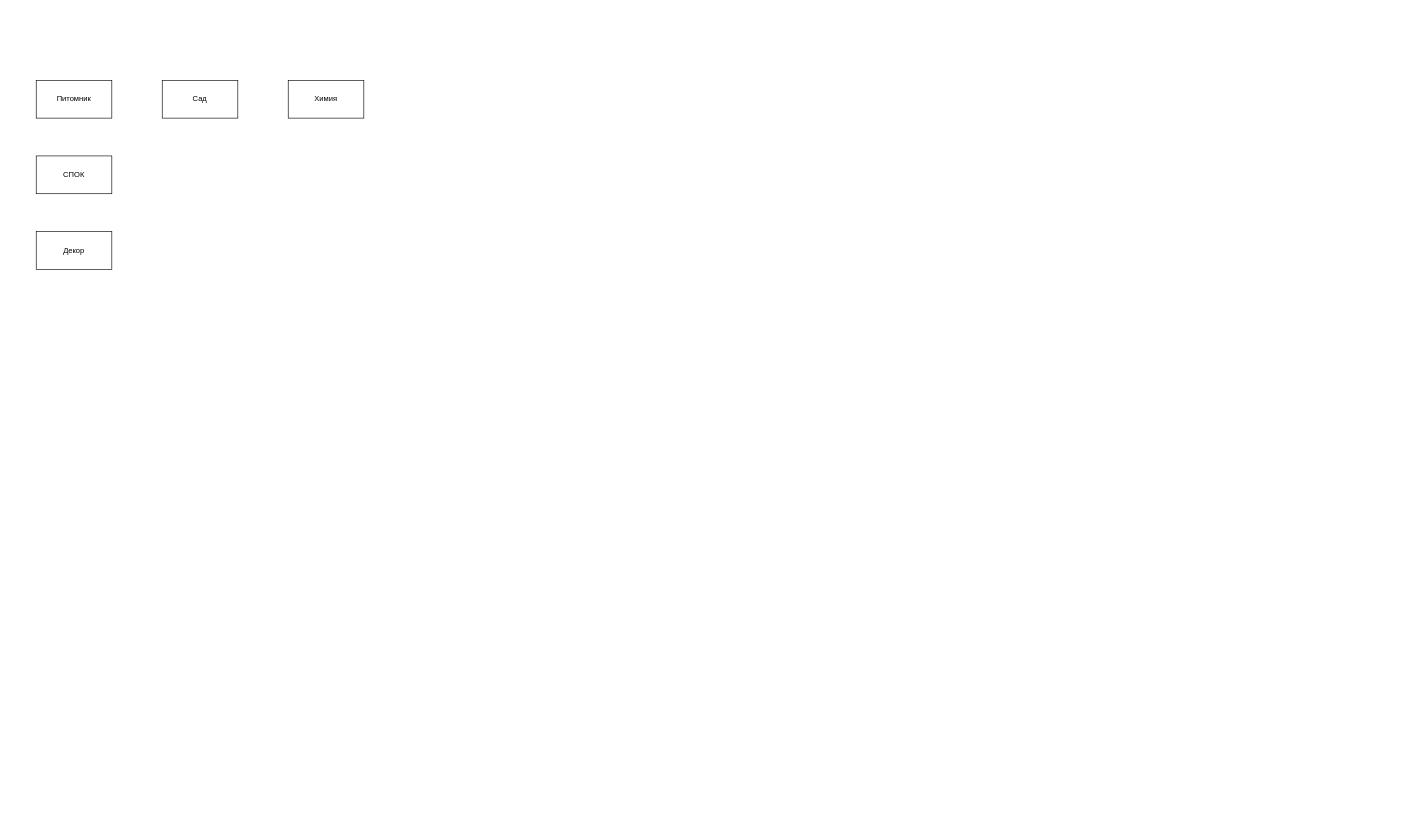
The draw.io diagram SadStroy+.drawio in SalavatovNabiulla/SalavatovNabiulla, before the edit. Source tidied: cells renumbered, new cells numbered last; positions are measured from the earlier drawing's top-left corner, leaving out a move shared by most shapes. Both pictures are drawn from the tidied source at 63%, with x=0, y=0 at pixel (36, 80).
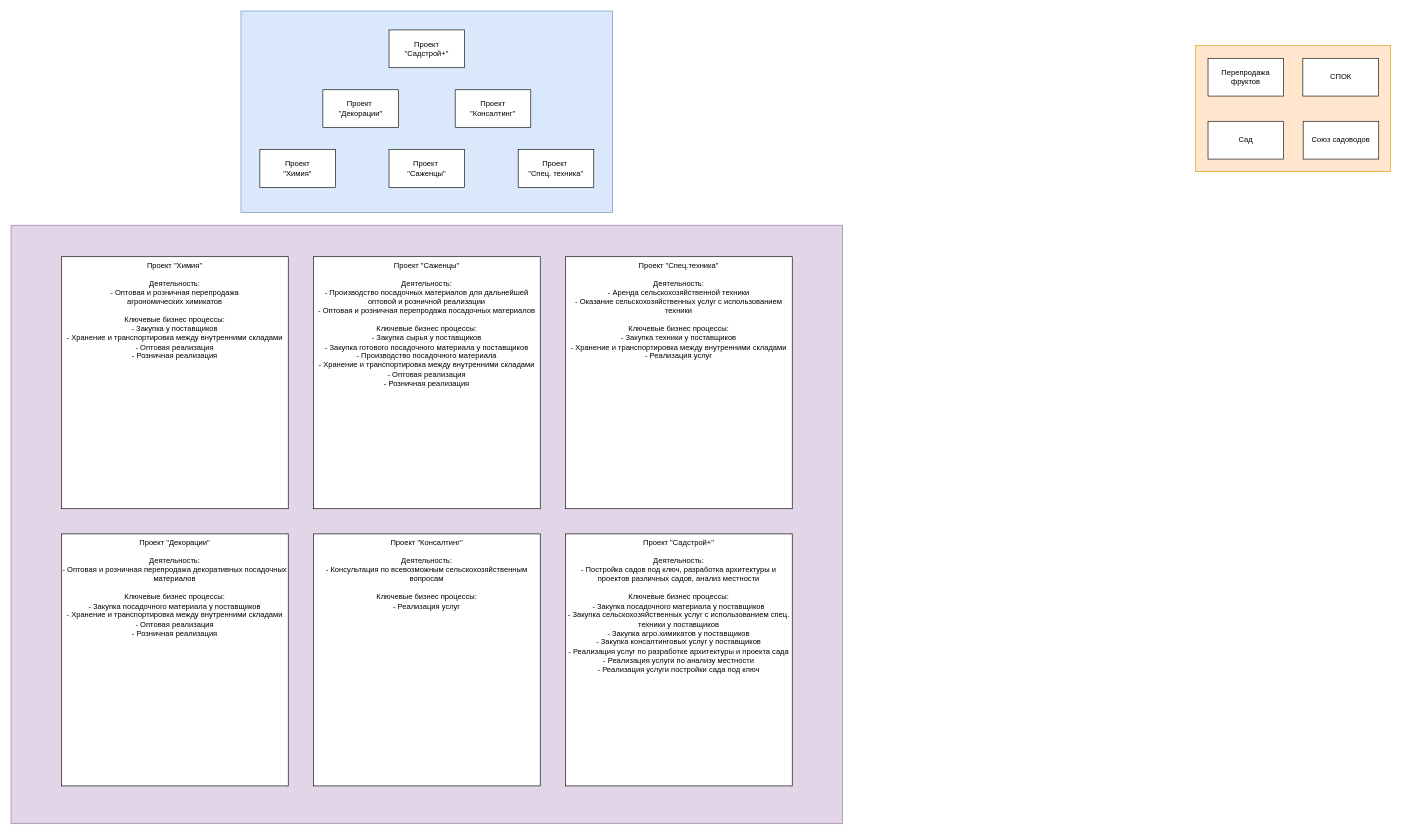
The same page after the edit.

Change to the diagram source:
```diff
@@
+    <mxCell id="7" style="rounded=0;whiteSpace=wrap;html=1;fillColor=#e1d5e7;strokeColor=#9673a6;" parent="1" vertex="1">
+      <mxGeometry x="-40" y="230" width="1320" height="950" as="geometry" />
+    </mxCell>
+    <mxCell id="8" style="rounded=0;whiteSpace=wrap;html=1;fillColor=#ffe6cc;strokeColor=#d79b00;" parent="1" vertex="1">
+      <mxGeometry x="1840" y="-55" width="310" height="200" as="geometry" />
+    </mxCell>
+    <mxCell id="9" style="rounded=0;whiteSpace=wrap;html=1;fillColor=#dae8fc;strokeColor=#6c8ebf;" parent="1" vertex="1">
+      <mxGeometry x="325" y="-110" width="590" height="320" as="geometry" />
+    </mxCell>
-    <mxCell id="2" value="Питомник" style="rounded=0;whiteSpace=wrap;html=1;" parent="1" vertex="1">
-      <mxGeometry width="120" height="60" as="geometry" />
+    <mxCell id="2" value="&lt;div&gt;Проект&amp;nbsp;&lt;/div&gt;&lt;div&gt;&quot;Саженцы&quot;&lt;/div&gt;" style="rounded=0;whiteSpace=wrap;html=1;" parent="1" vertex="1">
+      <mxGeometry x="560" y="110" width="120" height="60" as="geometry" />
     </mxCell>
     <mxCell id="3" value="Сад" style="rounded=0;whiteSpace=wrap;html=1;" parent="1" vertex="1">
-      <mxGeometry x="200" width="120" height="60" as="geometry" />
+      <mxGeometry x="1860" y="65" width="120" height="60" as="geometry" />
     </mxCell>
-    <mxCell id="4" value="Химия" style="rounded=0;whiteSpace=wrap;html=1;" parent="1" vertex="1">
-      <mxGeometry x="400" width="120" height="60" as="geometry" />
+    <mxCell id="4" value="&lt;div&gt;Проект&lt;/div&gt;&lt;div&gt;&quot;Химия&quot;&lt;/div&gt;" style="rounded=0;whiteSpace=wrap;html=1;" parent="1" vertex="1">
+      <mxGeometry x="355" y="110" width="120" height="60" as="geometry" />
     </mxCell>
     <mxCell id="5" value="СПОК" style="rounded=0;whiteSpace=wrap;html=1;" parent="1" vertex="1">
-      <mxGeometry y="120" width="120" height="60" as="geometry" />
+      <mxGeometry x="2010.5" y="-35" width="120" height="60" as="geometry" />
     </mxCell>
-    <mxCell id="6" value="Декор" style="rounded=0;whiteSpace=wrap;html=1;" parent="1" vertex="1">
-      <mxGeometry y="240" width="120" height="60" as="geometry" />
+    <mxCell id="6" value="&lt;div&gt;Проект&amp;nbsp;&lt;/div&gt;&lt;div&gt;&quot;Декорации&quot;&lt;/div&gt;" style="rounded=0;whiteSpace=wrap;html=1;" parent="1" vertex="1">
+      <mxGeometry x="455" y="15" width="120" height="60" as="geometry" />
     </mxCell>
+    <mxCell id="10" value="&lt;div&gt;Проект&lt;/div&gt;&lt;div&gt;&quot;Консалтинг&quot;&lt;/div&gt;" style="rounded=0;whiteSpace=wrap;html=1;" parent="1" vertex="1">
+      <mxGeometry x="665" y="15" width="120" height="60" as="geometry" />
+    </mxCell>
+    <mxCell id="11" value="&lt;div&gt;Проект&amp;nbsp;&lt;/div&gt;&lt;div&gt;&quot;Спец. техника&quot;&lt;/div&gt;" style="rounded=0;whiteSpace=wrap;html=1;" parent="1" vertex="1">
+      <mxGeometry x="765" y="110" width="120" height="60" as="geometry" />
+    </mxCell>
+    <mxCell id="12" value="Союз садоводов" style="rounded=0;whiteSpace=wrap;html=1;" parent="1" vertex="1">
+      <mxGeometry x="2011" y="65" width="120" height="60" as="geometry" />
+    </mxCell>
+    <mxCell id="13" value="Перепродажа фруктов" style="rounded=0;whiteSpace=wrap;html=1;" parent="1" vertex="1">
+      <mxGeometry x="1860" y="-35" width="120" height="60" as="geometry" />
+    </mxCell>
+    <mxCell id="14" value="&lt;div&gt;Проект&lt;/div&gt;&lt;div&gt;&quot;Садстрой+&quot;&lt;/div&gt;" style="rounded=0;whiteSpace=wrap;html=1;" parent="1" vertex="1">
+      <mxGeometry x="560" y="-80" width="120" height="60" as="geometry" />
+    </mxCell>
+    <mxCell id="15" value="&lt;div&gt;Проект &quot;Химия&quot;&lt;/div&gt;&lt;div&gt;&lt;br&gt;&lt;/div&gt;&lt;div&gt;Деятельность:&lt;/div&gt;&lt;div&gt;- Оптовая и розничная перепродажа&lt;/div&gt;&lt;div&gt;агрономических химикатов&lt;/div&gt;&lt;div&gt;&lt;br&gt;&lt;/div&gt;&lt;div&gt;Ключевые бизнес процессы:&lt;/div&gt;&lt;div&gt;- Закупка у поставщиков&lt;/div&gt;&lt;div&gt;- Хранение и транспортировка между внутренними складами&lt;/div&gt;&lt;div&gt;- Оптовая реализация&lt;/div&gt;&lt;div&gt;- Розничная реализация&lt;br&gt;&lt;/div&gt;" style="rounded=0;whiteSpace=wrap;html=1;verticalAlign=top;" parent="1" vertex="1">
+      <mxGeometry x="40" y="280" width="360" height="400" as="geometry" />
+    </mxCell>
+    <mxCell id="16" value="&lt;div&gt;Проект &quot;Саженцы&quot;&lt;/div&gt;&lt;div&gt;&lt;br&gt;&lt;/div&gt;&lt;div&gt;Деятельность:&lt;/div&gt;&lt;div&gt;- Производство посадочных материалов для дальнейшей оптовой и розничной реализации&lt;/div&gt;&lt;div&gt;- Оптовая и розничная перепродажа посадочных материалов&lt;br&gt;&lt;/div&gt;&lt;div&gt;&lt;br&gt;&lt;/div&gt;&lt;div&gt;Ключевые бизнес процессы:&lt;/div&gt;&lt;div&gt;- Закупка сырья у поставщиков&lt;/div&gt;&lt;div&gt;- Закупка готового посадочного материала у поставщиков&lt;/div&gt;&lt;div&gt;- Производство посадочного материала&lt;br&gt;&lt;/div&gt;&lt;div&gt;- Хранение и транспортировка между внутренними складами&lt;/div&gt;&lt;div&gt;- Оптовая реализация&lt;/div&gt;&lt;div&gt;- Розничная реализация&lt;br&gt;&lt;/div&gt;" style="rounded=0;whiteSpace=wrap;html=1;verticalAlign=top;" parent="1" vertex="1">
+      <mxGeometry x="440" y="280" width="360" height="400" as="geometry" />
+    </mxCell>
+    <mxCell id="17" value="&lt;div&gt;Проект &quot;Спец.техника&quot;&lt;/div&gt;&lt;div&gt;&lt;br&gt;&lt;/div&gt;&lt;div&gt;Деятельность:&lt;/div&gt;&lt;div&gt;- Аренда сельскохозяйственной техники&lt;/div&gt;&lt;div&gt;- Оказание сельскохозяйственных услуг с использованием техники&lt;br&gt;&lt;/div&gt;&lt;div&gt;&lt;br&gt;&lt;/div&gt;&lt;div&gt;Ключевые бизнес процессы:&lt;/div&gt;&lt;div&gt;- Закупка техники у поставщиков&lt;br&gt;&lt;/div&gt;&lt;div&gt;- Хранение и транспортировка между внутренними складами&lt;/div&gt;&lt;div&gt;- Реализация услуг&lt;br&gt;&lt;/div&gt;" style="rounded=0;whiteSpace=wrap;html=1;verticalAlign=top;" parent="1" vertex="1">
+      <mxGeometry x="840" y="280" width="360" height="400" as="geometry" />
+    </mxCell>
+    <mxCell id="18" value="&lt;div&gt;Проект &quot;Декорации&quot;&lt;/div&gt;&lt;div&gt;&lt;br&gt;&lt;/div&gt;&lt;div&gt;Деятельность:&lt;/div&gt;&lt;div&gt;- Оптовая и розничная перепродажа декоративных посадочных материалов&lt;br&gt;&lt;/div&gt;&lt;div&gt;&lt;br&gt;&lt;/div&gt;&lt;div&gt;Ключевые бизнес процессы:&lt;/div&gt;&lt;div&gt;- Закупка посадочного материала у поставщиков&lt;/div&gt;&lt;div&gt;- Хранение и транспортировка между внутренними складами&lt;/div&gt;&lt;div&gt;- Оптовая реализация&lt;/div&gt;&lt;div&gt;- Розничная реализация&lt;br&gt;&lt;/div&gt;" style="rounded=0;whiteSpace=wrap;html=1;verticalAlign=top;" parent="1" vertex="1">
+      <mxGeometry x="40" y="720" width="360" height="400" as="geometry" />
+    </mxCell>
+    <mxCell id="19" value="&lt;div&gt;Проект &quot;Консалтинг&quot;&lt;/div&gt;&lt;div&gt;&lt;br&gt;&lt;/div&gt;&lt;div&gt;Деятельность:&lt;/div&gt;&lt;div&gt;- Консультация по всевозможным сельскохозяйственным вопросам&lt;br&gt;&lt;/div&gt;&lt;div&gt;&lt;br&gt;&lt;/div&gt;&lt;div&gt;Ключевые бизнес процессы:&lt;/div&gt;&lt;div&gt;- Реализация услуг&lt;br&gt;&lt;/div&gt;" style="rounded=0;whiteSpace=wrap;html=1;verticalAlign=top;" parent="1" vertex="1">
+      <mxGeometry x="440" y="720" width="360" height="400" as="geometry" />
+    </mxCell>
+    <mxCell id="20" value="&lt;div&gt;Проект &quot;Садстрой+&quot;&lt;/div&gt;&lt;div&gt;&lt;br&gt;&lt;/div&gt;&lt;div&gt;Деятельность:&lt;/div&gt;&lt;div&gt;- Постройка садов под ключ, разработка архитектуры и проектов различных садов, анализ местности&lt;br&gt;&lt;/div&gt;&lt;div&gt;&lt;br&gt;&lt;/div&gt;&lt;div&gt;Ключевые бизнес процессы:&lt;/div&gt;&lt;div&gt;- Закупка посадочного материала у поставщиков&lt;/div&gt;&lt;div&gt;- Закупка сельскохозяйственных услуг с использованием спец. техники у поставщиков&lt;/div&gt;&lt;div&gt;- Закупка агро.химикатов у поставщиков&lt;/div&gt;&lt;div&gt;- Закупка консалтинговых услуг у поставщиков&lt;/div&gt;&lt;div&gt;- Реализация услуг по разработке архитектуры и проекта сада&lt;/div&gt;&lt;div&gt;- Реализация услуги по анализу местности&lt;/div&gt;&lt;div&gt;- Реализация услуги постройки сада под ключ&lt;br&gt;&lt;/div&gt;" style="rounded=0;whiteSpace=wrap;html=1;verticalAlign=top;" parent="1" vertex="1">
+      <mxGeometry x="840" y="720" width="360" height="400" as="geometry" />
+    </mxCell>
```
